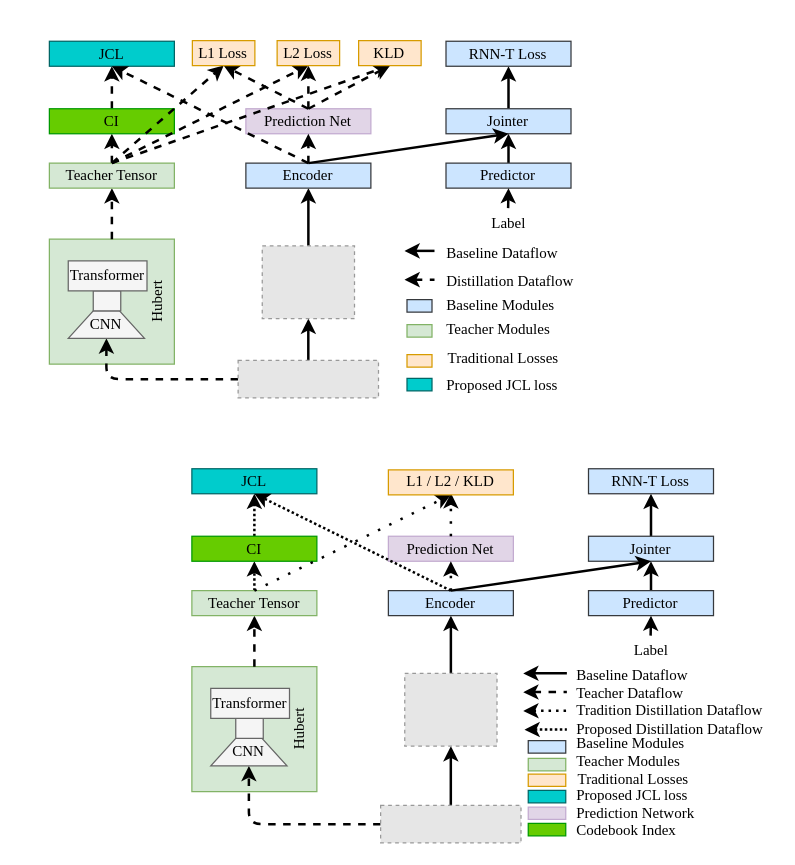
This is Copy of Untitled Diagram.drawio from glynpu/Neural-Network-Architecture-Diagrams, a draw.io file, before an edit. Source tidied: cells renumbered, new cells numbered last; positions are measured from the earlier drawing's top-left corner, leaving out a move shared by most shapes. Both pictures are drawn from the tidied source at 125%, with x=0, y=0 at pixel (21, 21). Pictures stored in the file or linked from it are replaced by grey dashed boxes.
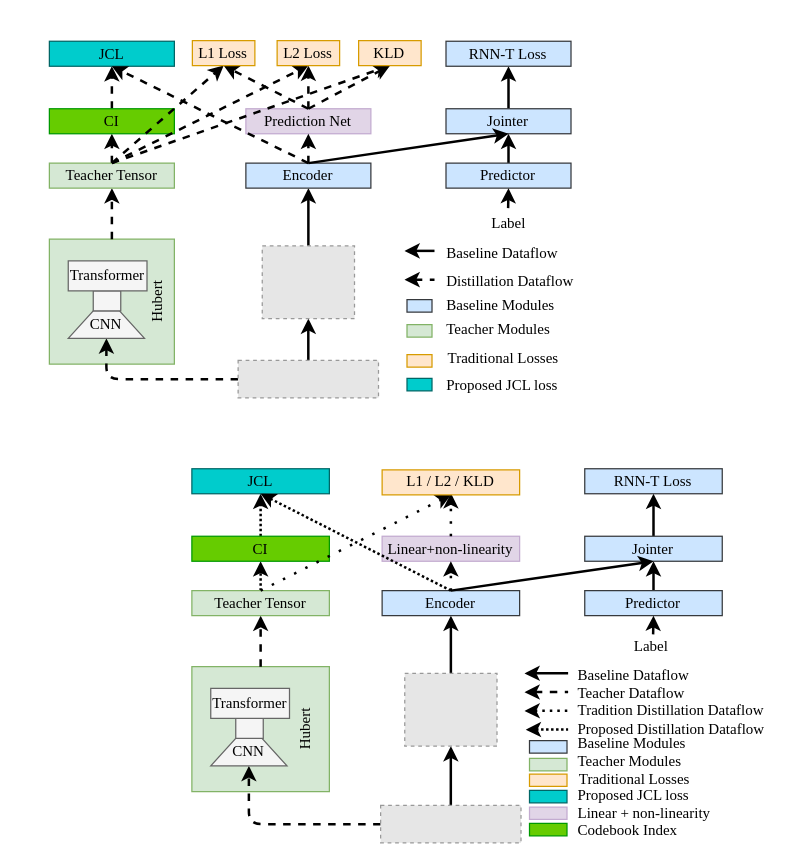
The same diagram, later.

Change to the diagram source:
```diff
@@
     <mxCell id="52" value="&lt;font color=&quot;#000000&quot;&gt;&lt;br&gt;&lt;br&gt;&lt;br&gt;&lt;br&gt;&lt;br&gt;Hubert&lt;/font&gt;" style="rounded=0;whiteSpace=wrap;html=1;fillColor=#d5e8d4;strokeColor=#82b366;horizontal=0;fontFamily=Times New Roman;" parent="1" vertex="1">
-      <mxGeometry x="136" y="515.8" width="100" height="100" as="geometry" />
+      <mxGeometry x="136" y="515.8" width="110" height="100" as="geometry" />
     </mxCell>
@@
-    <mxCell id="57" value="&lt;font color=&quot;#000000&quot;&gt;Prediction Net&lt;/font&gt;" style="rounded=0;whiteSpace=wrap;html=1;fillColor=#E1D5E7;strokeColor=#C3ABD0;fontFamily=Times New Roman;" parent="1" vertex="1">
-      <mxGeometry x="293.2" y="411.5" width="100" height="20" as="geometry" />
+    <mxCell id="57" value="&lt;div&gt;Linear+non-linearity&lt;/div&gt;" style="rounded=0;whiteSpace=wrap;html=1;fillColor=#E1D5E7;strokeColor=#C3ABD0;fontFamily=Times New Roman;" parent="1" vertex="1">
+      <mxGeometry x="288.2" y="411.5" width="110" height="20" as="geometry" />
     </mxCell>
@@
     <mxCell id="59" value="&lt;font color=&quot;#000000&quot;&gt;Predictor&lt;/font&gt;" style="rounded=0;whiteSpace=wrap;html=1;fillColor=#cce5ff;strokeColor=#36393d;fontFamily=Times New Roman;" parent="1" vertex="1">
-      <mxGeometry x="453.3" y="455" width="100" height="20" as="geometry" />
+      <mxGeometry x="450.3" y="455" width="110" height="20" as="geometry" />
     </mxCell>
@@
     <mxCell id="61" value="&lt;font color=&quot;#000000&quot;&gt;Jointer&lt;/font&gt;" style="rounded=0;whiteSpace=wrap;html=1;fillColor=#cce5ff;strokeColor=#36393d;fontFamily=Times New Roman;" parent="1" vertex="1">
-      <mxGeometry x="453.3" y="411.5" width="100" height="20" as="geometry" />
+      <mxGeometry x="450.3" y="411.5" width="110" height="20" as="geometry" />
     </mxCell>
     <mxCell id="62" value="&lt;font color=&quot;#000000&quot;&gt;RNN-T Loss&lt;/font&gt;" style="rounded=0;whiteSpace=wrap;html=1;fillColor=#cce5ff;strokeColor=#36393d;fontFamily=Times New Roman;" parent="1" vertex="1">
-      <mxGeometry x="453.3" y="357.5" width="100" height="20" as="geometry" />
+      <mxGeometry x="450.3" y="357.5" width="110" height="20" as="geometry" />
     </mxCell>
@@
     <mxCell id="69" value="&lt;font color=&quot;#000000&quot;&gt;Teacher Tensor&lt;/font&gt;" style="rounded=0;whiteSpace=wrap;html=1;fillColor=#d5e8d4;strokeColor=#82b366;fontFamily=Times New Roman;" parent="1" vertex="1">
-      <mxGeometry x="136" y="455" width="100" height="20" as="geometry" />
+      <mxGeometry x="136" y="455" width="110" height="20" as="geometry" />
     </mxCell>
     <mxCell id="70" style="endArrow=none;html=1;dashed=1;fontFamily=Times New Roman;fontColor=#000000;strokeColor=#000000;strokeWidth=2;endFill=0;startArrow=classic;startFill=1;" parent="1" edge="1">
       <mxGeometry relative="1" as="geometry">
-        <mxPoint x="401.1" y="536.2" as="sourcePoint" />
-        <mxPoint x="436" y="536" as="targetPoint" />
+        <mxPoint x="402.1" y="536.2" as="sourcePoint" />
+        <mxPoint x="437" y="536" as="targetPoint" />
         <Array as="points">
-          <mxPoint x="401.1" y="536.2" />
+          <mxPoint x="402.1" y="536.2" />
         </Array>
       </mxGeometry>
     </mxCell>
     <mxCell id="71" style="endArrow=none;html=1;fontFamily=Times New Roman;fontColor=#000000;strokeColor=#000000;strokeWidth=2;endFill=0;startArrow=classic;startFill=1;endSize=10;" parent="1" edge="1">
       <mxGeometry relative="1" as="geometry">
-        <mxPoint x="401.1" y="521.2" as="sourcePoint" />
-        <mxPoint x="436" y="521" as="targetPoint" />
+        <mxPoint x="402.1" y="521.2" as="sourcePoint" />
+        <mxPoint x="437" y="521" as="targetPoint" />
         <Array as="points">
-          <mxPoint x="401.1" y="521.2" />
+          <mxPoint x="402.1" y="521.2" />
         </Array>
       </mxGeometry>
     </mxCell>
     <mxCell id="72" style="rounded=0;whiteSpace=wrap;html=1;fillColor=#cce5ff;strokeColor=#36393d;fontFamily=Times New Roman;" parent="1" vertex="1">
-      <mxGeometry x="405.1" y="575" width="30" height="10" as="geometry" />
+      <mxGeometry x="406.1" y="575" width="30" height="10" as="geometry" />
     </mxCell>
     <mxCell id="73" style="rounded=0;whiteSpace=wrap;html=1;fillColor=#d5e8d4;strokeColor=#82b366;fontFamily=Times New Roman;" parent="1" vertex="1">
-      <mxGeometry x="405.1" y="589.2" width="30" height="10" as="geometry" />
+      <mxGeometry x="406.1" y="589.2" width="30" height="10" as="geometry" />
     </mxCell>
     <mxCell id="74" value="Baseline Dataflow" style="text;html=1;strokeColor=none;fillColor=none;align=left;verticalAlign=middle;whiteSpace=wrap;rounded=0;fontFamily=Times New Roman;fontColor=#000000;" parent="1" vertex="1">
-      <mxGeometry x="442" y="515" width="97" height="15" as="geometry" />
+      <mxGeometry x="443" y="515" width="97" height="15" as="geometry" />
     </mxCell>
     <mxCell id="75" value="Teacher Dataflow&amp;nbsp;" style="text;html=1;strokeColor=none;fillColor=none;align=left;verticalAlign=middle;whiteSpace=wrap;rounded=0;fontFamily=Times New Roman;fontColor=#000000;" parent="1" vertex="1">
-      <mxGeometry x="442" y="529.2" width="120.9" height="15" as="geometry" />
+      <mxGeometry x="443" y="529.2" width="120.9" height="15" as="geometry" />
     </mxCell>
     <mxCell id="76" value="Baseline Modules&amp;nbsp;" style="text;html=1;strokeColor=none;fillColor=none;align=left;verticalAlign=middle;whiteSpace=wrap;rounded=0;fontFamily=Times New Roman;fontColor=#000000;" parent="1" vertex="1">
-      <mxGeometry x="442" y="569.2" width="97" height="15" as="geometry" />
+      <mxGeometry x="443" y="569.2" width="97" height="15" as="geometry" />
     </mxCell>
     <mxCell id="77" value="Teacher Modules&amp;nbsp;" style="text;html=1;strokeColor=none;fillColor=none;align=left;verticalAlign=middle;whiteSpace=wrap;rounded=0;fontFamily=Times New Roman;fontColor=#000000;" parent="1" vertex="1">
-      <mxGeometry x="442" y="584.2" width="97" height="15" as="geometry" />
+      <mxGeometry x="443" y="584.2" width="97" height="15" as="geometry" />
     </mxCell>
     <mxCell id="78" style="rounded=0;whiteSpace=wrap;html=1;fillColor=#FFE6CC;strokeColor=#d79b00;fontFamily=Times New Roman;" parent="1" vertex="1">
-      <mxGeometry x="405.1" y="601.8" width="30" height="9.8" as="geometry" />
+      <mxGeometry x="406.1" y="601.8" width="30" height="9.8" as="geometry" />
     </mxCell>
     <mxCell id="79" value="Traditional Losses&amp;nbsp;" style="text;html=1;strokeColor=none;fillColor=none;align=left;verticalAlign=middle;whiteSpace=wrap;rounded=0;fontFamily=Times New Roman;fontColor=#000000;" parent="1" vertex="1">
-      <mxGeometry x="443" y="598.2" width="145" height="15" as="geometry" />
+      <mxGeometry x="444" y="598.2" width="145" height="15" as="geometry" />
     </mxCell>
@@
     <mxCell id="81" value="&lt;font&gt;CI&lt;/font&gt;" style="rounded=0;whiteSpace=wrap;html=1;fillColor=#66CC00;strokeColor=#009900;fontFamily=Times New Roman;" parent="1" vertex="1">
-      <mxGeometry x="136" y="411.5" width="100" height="20" as="geometry" />
+      <mxGeometry x="136" y="411.5" width="110" height="20" as="geometry" />
     </mxCell>
     <mxCell id="82" value="&lt;font color=&quot;#000000&quot;&gt;JCL&lt;br&gt;&lt;/font&gt;" style="rounded=0;whiteSpace=wrap;html=1;fillColor=#00CCCC;strokeColor=#006666;fontFamily=Times New Roman;" parent="1" vertex="1">
-      <mxGeometry x="136" y="357.5" width="100" height="20" as="geometry" />
+      <mxGeometry x="136" y="357.5" width="110" height="20" as="geometry" />
     </mxCell>
@@
     <mxCell id="85" value="&lt;font color=&quot;#000000&quot;&gt;L1 / L2 / KLD&lt;br&gt;&lt;/font&gt;" style="rounded=0;whiteSpace=wrap;html=1;fillColor=#FFE6CC;strokeColor=#d79b00;fontFamily=Times New Roman;" parent="1" vertex="1">
-      <mxGeometry x="293.2" y="358.4" width="100" height="20" as="geometry" />
+      <mxGeometry x="288.2" y="358.4" width="110" height="20" as="geometry" />
     </mxCell>
     <mxCell id="86" value="Label" style="text;html=1;strokeColor=none;fillColor=none;align=left;verticalAlign=middle;whiteSpace=wrap;rounded=0;fontFamily=Times New Roman;fontColor=#000000;" parent="1" vertex="1">
-      <mxGeometry x="487.5" y="493" width="37.5" height="19.2" as="geometry" />
+      <mxGeometry x="487.5" y="490" width="37.5" height="19.2" as="geometry" />
     </mxCell>
     <mxCell id="87" style="edgeStyle=none;html=1;entryX=0.5;entryY=1;entryDx=0;entryDy=0;fontFamily=Times New Roman;fontColor=#000000;strokeColor=#000000;strokeWidth=2;" parent="1" edge="1" target="59">
       <mxGeometry relative="1" as="geometry">
-        <mxPoint x="503" y="491" as="sourcePoint" />
+        <mxPoint x="505" y="490" as="sourcePoint" />
       </mxGeometry>
     </mxCell>
     <mxCell id="88" style="rounded=0;whiteSpace=wrap;html=1;fillColor=#00CCCC;strokeColor=#006666;fontFamily=Times New Roman;" parent="1" vertex="1">
-      <mxGeometry x="405.1" y="614.8" width="30" height="10" as="geometry" />
+      <mxGeometry x="406.1" y="614.8" width="30" height="10" as="geometry" />
     </mxCell>
     <mxCell id="89" value="Proposed JCL loss" style="text;html=1;strokeColor=none;fillColor=none;align=left;verticalAlign=middle;whiteSpace=wrap;rounded=0;fontFamily=Times New Roman;fontColor=#000000;" parent="1" vertex="1">
-      <mxGeometry x="442" y="611.8" width="124.9" height="15" as="geometry" />
+      <mxGeometry x="443" y="611.8" width="124.9" height="15" as="geometry" />
     </mxCell>
     <mxCell id="90" value="&lt;font color=&quot;#000000&quot;&gt;Encoder&lt;/font&gt;" style="rounded=0;whiteSpace=wrap;html=1;fillColor=#cce5ff;strokeColor=#36393d;fontFamily=Times New Roman;" parent="1" vertex="1">
-      <mxGeometry x="293.2" y="455" width="100" height="20" as="geometry" />
+      <mxGeometry x="288.2" y="455" width="110" height="20" as="geometry" />
     </mxCell>
@@
     <mxCell id="94" style="endArrow=none;html=1;dashed=1;fontFamily=Times New Roman;fontColor=#000000;strokeColor=#000000;strokeWidth=2;endFill=0;startArrow=classic;startFill=1;dashPattern=1 2;" parent="1" edge="1">
       <mxGeometry relative="1" as="geometry">
-        <mxPoint x="401.1" y="551.2" as="sourcePoint" />
-        <mxPoint x="436" y="551" as="targetPoint" />
+        <mxPoint x="402.1" y="551.2" as="sourcePoint" />
+        <mxPoint x="437" y="551" as="targetPoint" />
         <Array as="points">
-          <mxPoint x="401.1" y="551.2" />
+          <mxPoint x="402.1" y="551.2" />
         </Array>
       </mxGeometry>
     </mxCell>
     <mxCell id="95" value="Tradition Distillation Dataflow" style="text;html=1;strokeColor=none;fillColor=none;align=left;verticalAlign=middle;whiteSpace=wrap;rounded=0;fontFamily=Times New Roman;fontColor=#000000;dashed=1;dashPattern=1 1;" parent="1" vertex="1">
-      <mxGeometry x="442" y="543.2" width="158" height="15" as="geometry" />
+      <mxGeometry x="443" y="543.2" width="158" height="15" as="geometry" />
     </mxCell>
     <mxCell id="96" style="endArrow=none;html=1;dashed=1;fontFamily=Times New Roman;fontColor=#000000;strokeColor=#000000;strokeWidth=2;endFill=0;startArrow=classic;startFill=1;dashPattern=1 1;" parent="1" edge="1">
       <mxGeometry relative="1" as="geometry">
-        <mxPoint x="402.1" y="566.2" as="sourcePoint" />
-        <mxPoint x="436" y="566" as="targetPoint" />
+        <mxPoint x="403.1" y="566.2" as="sourcePoint" />
+        <mxPoint x="437" y="566" as="targetPoint" />
         <Array as="points">
-          <mxPoint x="402.1" y="566.2" />
+          <mxPoint x="403.1" y="566.2" />
         </Array>
       </mxGeometry>
     </mxCell>
     <mxCell id="97" value="Proposed Distillation Dataflow" style="text;html=1;strokeColor=none;fillColor=none;align=left;verticalAlign=middle;whiteSpace=wrap;rounded=0;fontFamily=Times New Roman;fontColor=#000000;dashed=1;dashPattern=1 1;" parent="1" vertex="1">
-      <mxGeometry x="442" y="558.2" width="153" height="15" as="geometry" />
+      <mxGeometry x="443" y="558.2" width="153" height="15" as="geometry" />
     </mxCell>
     <mxCell id="98" style="rounded=0;whiteSpace=wrap;html=1;fillColor=#66CC00;strokeColor=#009900;fontFamily=Times New Roman;" parent="1" vertex="1">
-      <mxGeometry x="405.1" y="641.2" width="30" height="10" as="geometry" />
+      <mxGeometry x="406.1" y="641.2" width="30" height="10" as="geometry" />
     </mxCell>
     <mxCell id="99" style="rounded=0;whiteSpace=wrap;html=1;fillColor=#E1D5E7;strokeColor=#C3ABD0;fontFamily=Times New Roman;" parent="1" vertex="1">
-      <mxGeometry x="405.1" y="628.2" width="30" height="9.8" as="geometry" />
+      <mxGeometry x="406.1" y="628.2" width="30" height="9.8" as="geometry" />
     </mxCell>
-    <mxCell id="100" value="Prediction Network" style="text;html=1;strokeColor=none;fillColor=none;align=left;verticalAlign=middle;whiteSpace=wrap;rounded=0;fontFamily=Times New Roman;fontColor=#000000;" parent="1" vertex="1">
-      <mxGeometry x="442" y="625.8" width="100" height="15" as="geometry" />
+    <mxCell id="100" value="Linear + non-linearity" style="text;html=1;strokeColor=none;fillColor=none;align=left;verticalAlign=middle;whiteSpace=wrap;rounded=0;fontFamily=Times New Roman;fontColor=#000000;" parent="1" vertex="1">
+      <mxGeometry x="443" y="625.8" width="130" height="15" as="geometry" />
     </mxCell>
     <mxCell id="101" value="Codebook Index" style="text;html=1;strokeColor=none;fillColor=none;align=left;verticalAlign=middle;whiteSpace=wrap;rounded=0;fontFamily=Times New Roman;fontColor=#000000;" parent="1" vertex="1">
-      <mxGeometry x="442" y="639.8" width="97" height="15" as="geometry" />
+      <mxGeometry x="443" y="639.8" width="97" height="15" as="geometry" />
     </mxCell>
```
